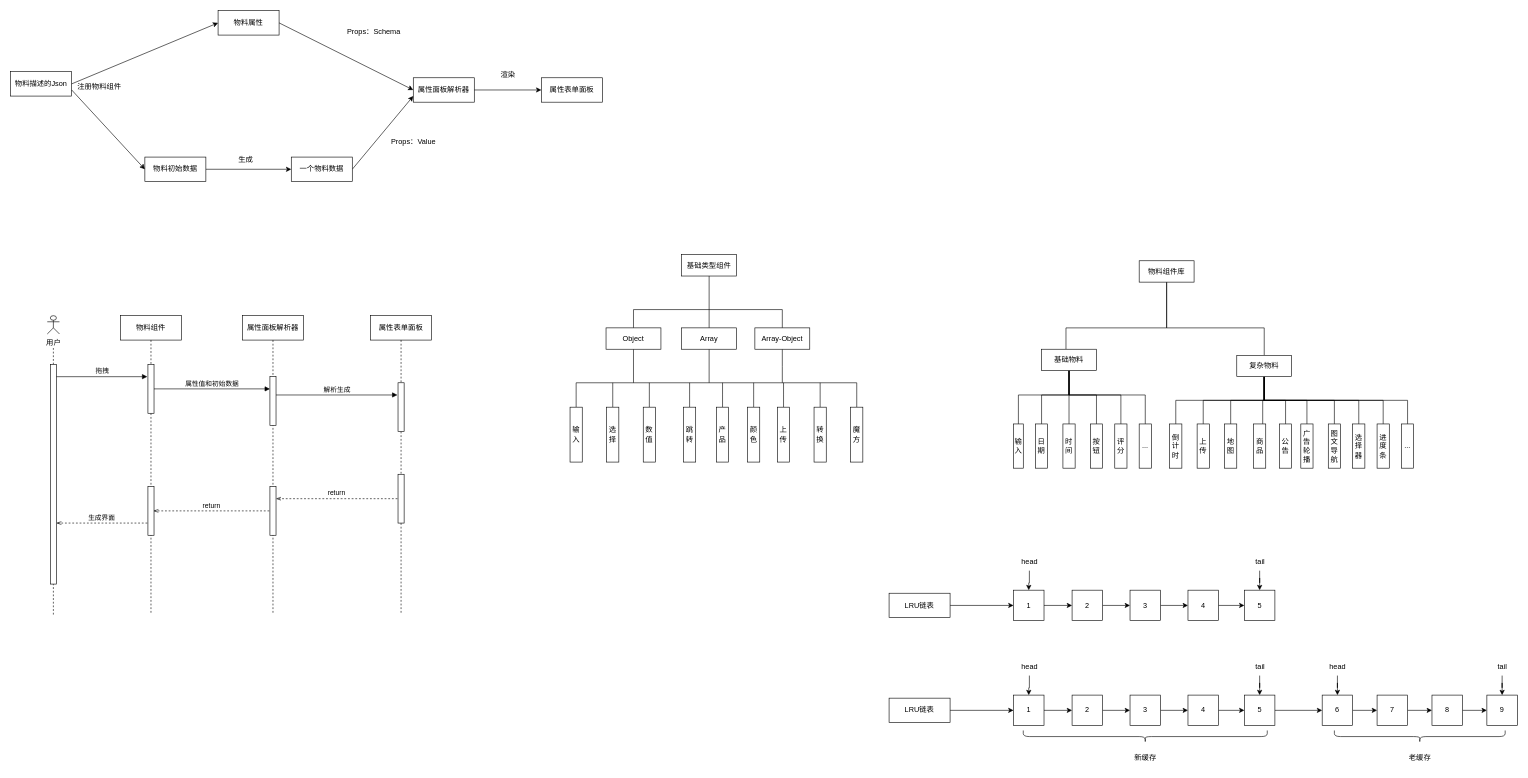
This is 属性面板.drawio from yuxinyu12345/diagrams, a draw.io file, before an edit. Source tidied: cells renumbered, new cells numbered last; positions are measured from the earlier drawing's top-left corner, leaving out a move shared by most shapes. Both pictures are drawn from the tidied source at 61%, with x=0, y=0 at pixel (10, 10).
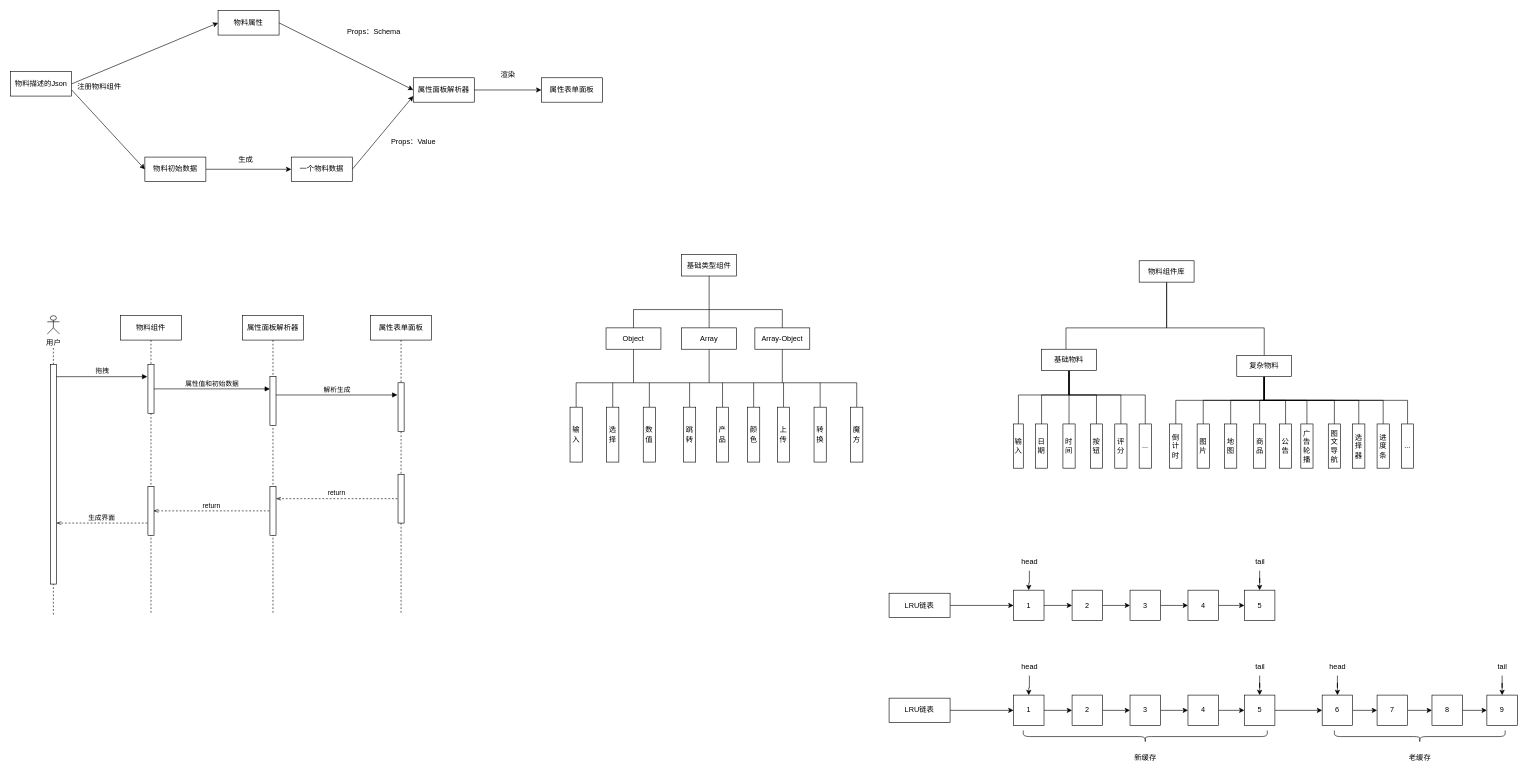
The same page after the edit.

Commit message:
更新属性面板.drawio

The change refers to these unchanged cells:
```xml
<mxCell id="89" value="复杂物料" style="rounded=0;whiteSpace=wrap;html=1;" parent="1" vertex="1">
  <mxGeometry x="2010" y="565" width="90" height="35" as="geometry" />
</mxCell>
<mxCell id="99" value="商品" style="rounded=0;whiteSpace=wrap;html=1;" parent="1" vertex="1">
  <mxGeometry x="2037.5" y="677.5" width="20" height="72.5" as="geometry" />
</mxCell>
```

Change to the diagram source:
```diff
@@
-    <mxCell id="82" style="edgeStyle=orthogonalEdgeStyle;rounded=0;jettySize=auto;html=1;exitX=0.5;exitY=1;exitDx=0;exitDy=0;entryX=0.75;entryY=0;entryDx=0;entryDy=0;endArrow=none;endFill=0;" parent="1" edge="1" source="89" target="99">
+    <mxCell id="82" style="edgeStyle=orthogonalEdgeStyle;rounded=0;jettySize=auto;html=1;exitX=0.5;exitY=1;exitDx=0;exitDy=0;entryX=0.5;entryY=0;entryDx=0;entryDy=0;endArrow=none;endFill=0;" parent="1" edge="1" source="89" target="99">
       <mxGeometry relative="1" as="geometry" />
     </mxCell>
@@
-    <mxCell id="97" value="上传" style="rounded=0;whiteSpace=wrap;html=1;" parent="1" vertex="1">
+    <mxCell id="97" value="图片" style="rounded=0;whiteSpace=wrap;html=1;" parent="1" vertex="1">
       <mxGeometry x="1945" y="677.5" width="20" height="72.5" as="geometry" />
     </mxCell>
```
